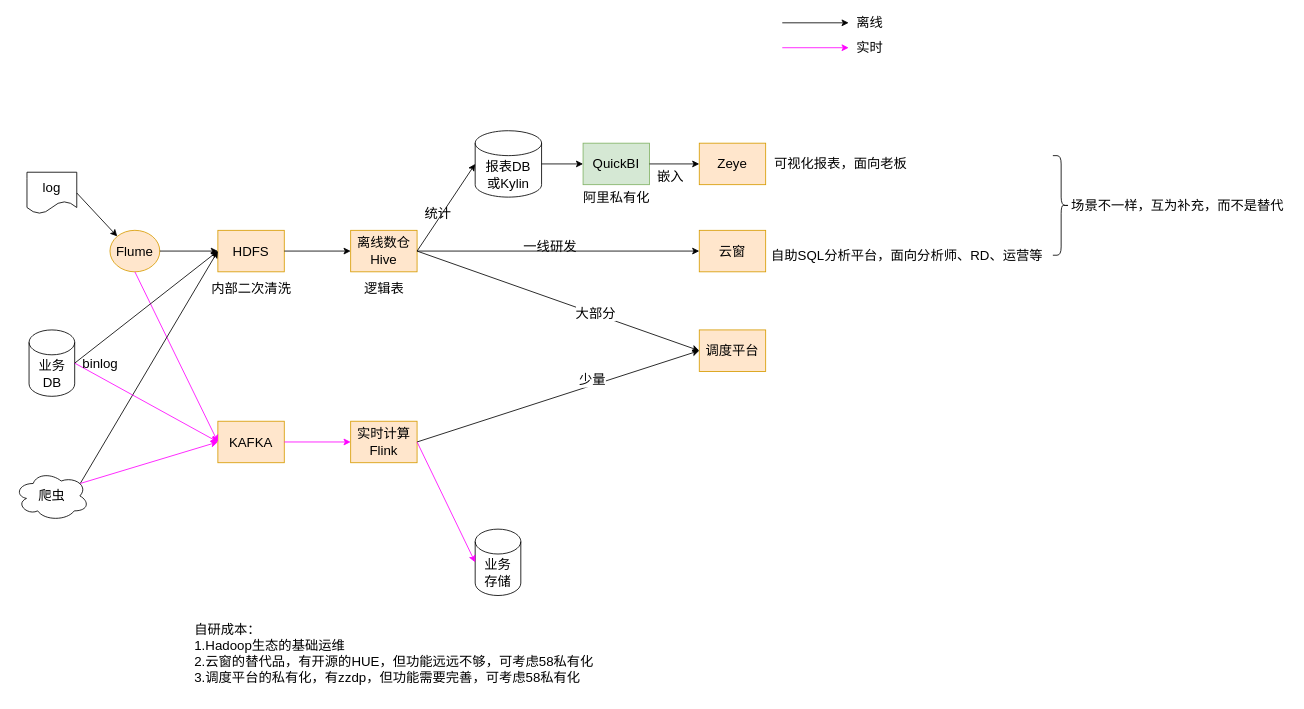
Above: tc/大数据.drawio in zhuanzhuan-tech/arch-draw-io (draw.io), before the change. Source tidied: cells renumbered, new cells numbered last; positions are measured from the earlier drawing's top-left corner, leaving out a move shared by most shapes. Both pictures are drawn from the tidied source at 83%, with x=0, y=0 at pixel (14, 14).
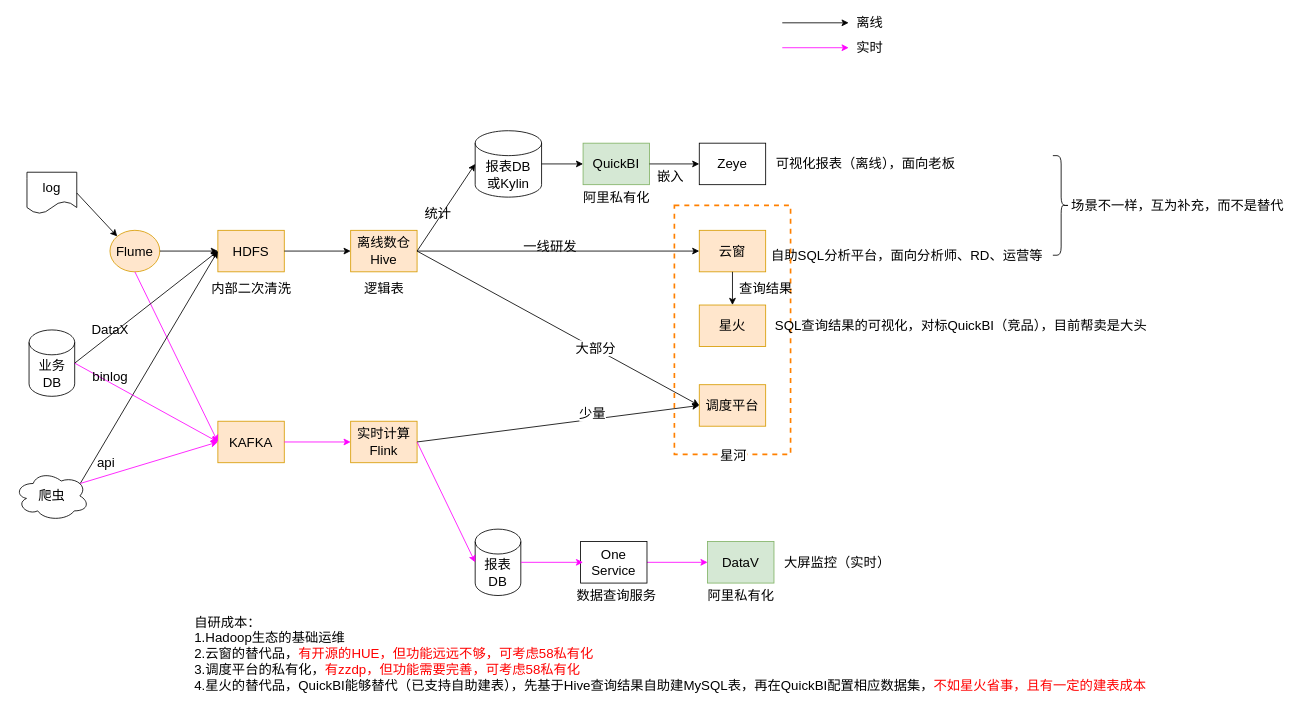
Above is the later version.

Unchanged cells that the change refers to:
```xml
<mxCell id="25" value="云窗" style="rounded=0;whiteSpace=wrap;html=1;fontSize=16;fillColor=#ffe6cc;strokeColor=#d79b00;" parent="1" vertex="1">
  <mxGeometry x="825" y="260" width="80" height="50" as="geometry" />
</mxCell>
```

Diff of the diagram source:
```diff
@@
-    <mxCell id="19" value="Zeye" style="rounded=0;whiteSpace=wrap;html=1;fontSize=16;fillColor=#ffe6cc;strokeColor=#d79b00;" parent="1" vertex="1">
+    <mxCell id="19" value="Zeye" style="rounded=0;whiteSpace=wrap;html=1;fontSize=16;" parent="1" vertex="1">
       <mxGeometry x="825" y="155" width="80" height="50" as="geometry" />
     </mxCell>
@@
     <mxCell id="27" value="调度平台" style="rounded=0;whiteSpace=wrap;html=1;fontSize=16;fillColor=#ffe6cc;strokeColor=#d79b00;" parent="1" vertex="1">
-      <mxGeometry x="825" y="380" width="80" height="50" as="geometry" />
+      <mxGeometry x="825" y="446" width="80" height="50" as="geometry" />
     </mxCell>
@@
-    <mxCell id="33" value="业务&lt;br&gt;存储" style="shape=cylinder3;whiteSpace=wrap;html=1;boundedLbl=1;backgroundOutline=1;size=15;fontSize=16;" parent="1" vertex="1">
+    <mxCell id="33" value="报表DB" style="shape=cylinder3;whiteSpace=wrap;html=1;boundedLbl=1;backgroundOutline=1;size=15;fontSize=16;" parent="1" vertex="1">
       <mxGeometry x="555" y="620" width="55" height="80" as="geometry" />
     </mxCell>
@@
-    <mxCell id="36" value="自研成本：&lt;br&gt;1.Hadoop生态的基础运维&lt;br&gt;2.云窗的替代品，有开源的HUE，但功能远远不够，可考虑58私有化&lt;br&gt;3.调度平台的私有化，有zzdp，但功能需要完善，可考虑58私有化" style="text;html=1;align=left;verticalAlign=middle;strokeColor=none;fillColor=none;fontSize=16;" parent="1" vertex="1">
-      <mxGeometry x="215" y="730" width="500" height="80" as="geometry" />
+    <mxCell id="36" value="自研成本：&lt;br&gt;1.Hadoop生态的基础运维&lt;br&gt;2.云窗的替代品，&lt;font color=&quot;#ff0000&quot;&gt;有开源的HUE，但功能远远不够，可考虑58私有化&lt;/font&gt;&lt;br&gt;3.调度平台的私有化，&lt;font color=&quot;#ff0000&quot;&gt;有zzdp，但功能需要完善，可考虑58私有化&lt;/font&gt;&lt;br&gt;4.星火的替代品，QuickBI能够替代（已支持自助建表），先基于Hive查询结果自助建MySQL表，再在QuickBI配置相应数据集，&lt;font color=&quot;#ff0000&quot;&gt;不如星火省事，且有一定的建表成本&lt;/font&gt;" style="text;html=1;align=left;verticalAlign=middle;strokeColor=none;fillColor=none;fontSize=16;" parent="1" vertex="1">
+      <mxGeometry x="215" y="720" width="1170" height="100" as="geometry" />
     </mxCell>
-    <mxCell id="37" value="可视化报表，面向老板" style="text;html=1;align=center;verticalAlign=middle;strokeColor=none;fillColor=none;fontSize=16;" parent="1" vertex="1">
-      <mxGeometry x="905" y="170" width="180" height="20" as="geometry" />
+    <mxCell id="37" value="可视化报表（离线），面向老板" style="text;html=1;align=center;verticalAlign=middle;strokeColor=none;fillColor=none;fontSize=16;" parent="1" vertex="1">
+      <mxGeometry x="905" y="170" width="240" height="20" as="geometry" />
     </mxCell>
@@
     <mxCell id="44" value="binlog" style="text;html=1;align=center;verticalAlign=middle;strokeColor=none;fillColor=none;fontSize=16;" parent="1" vertex="1">
-      <mxGeometry x="72.5" y="410" width="60" height="20" as="geometry" />
+      <mxGeometry x="85" y="426" width="60" height="20" as="geometry" />
     </mxCell>
@@
+    <mxCell id="50" value="星火" style="rounded=0;whiteSpace=wrap;html=1;fontSize=16;fillColor=#ffe6cc;strokeColor=#d79b00;" parent="1" vertex="1">
+      <mxGeometry x="825" y="350" width="80" height="50" as="geometry" />
+    </mxCell>
+    <mxCell id="51" style="endArrow=classic;html=1;rounded=0;fontSize=16;exitX=0.5;exitY=1;exitDx=0;exitDy=0;entryX=0.5;entryY=0;entryDx=0;entryDy=0;" parent="1" edge="1" source="25" target="50">
+      <mxGeometry relative="1" as="geometry" />
+    </mxCell>
+    <mxCell id="52" style="rounded=0;whiteSpace=wrap;html=1;fillColor=none;dashed=1;strokeWidth=2;strokeColor=#FF8000;" parent="1" vertex="1">
+      <mxGeometry x="795" y="230" width="140" height="300" as="geometry" />
+    </mxCell>
+    <mxCell id="53" value="查询结果" style="text;html=1;align=center;verticalAlign=middle;strokeColor=none;fillColor=none;fontSize=16;" parent="1" vertex="1">
+      <mxGeometry x="865" y="320" width="80" height="20" as="geometry" />
+    </mxCell>
+    <mxCell id="54" value="SQL查询结果的可视化，对标QuickBI（竞品），目前帮卖是大头" style="text;html=1;align=center;verticalAlign=middle;strokeColor=none;fillColor=none;fontSize=16;" parent="1" vertex="1">
+      <mxGeometry x="905" y="365" width="470" height="20" as="geometry" />
+    </mxCell>
+    <mxCell id="55" value="星河" style="edgeLabel;html=1;align=center;verticalAlign=middle;fontSize=16;" parent="1" vertex="1">
+      <mxGeometry x="865" y="530" as="geometry" />
+    </mxCell>
+    <mxCell id="56" value="DataX" style="text;html=1;align=center;verticalAlign=middle;strokeColor=none;fillColor=none;fontSize=16;" parent="1" vertex="1">
+      <mxGeometry x="85" y="370" width="60" height="20" as="geometry" />
+    </mxCell>
+    <mxCell id="57" value="api" style="text;html=1;align=center;verticalAlign=middle;strokeColor=none;fillColor=none;fontSize=16;" parent="1" vertex="1">
+      <mxGeometry x="90" y="530" width="40" height="20" as="geometry" />
+    </mxCell>
+    <mxCell id="58" value="DataV" style="rounded=0;whiteSpace=wrap;html=1;fontSize=16;fillColor=#d5e8d4;strokeColor=#82b366;" parent="1" vertex="1">
+      <mxGeometry x="835" y="635" width="80" height="50" as="geometry" />
+    </mxCell>
+    <mxCell id="59" value="阿里私有化" style="text;html=1;align=center;verticalAlign=middle;strokeColor=none;fillColor=none;fontSize=16;" parent="1" vertex="1">
+      <mxGeometry x="825" y="690" width="100" height="20" as="geometry" />
+    </mxCell>
+    <mxCell id="60" value="大屏监控（实时）" style="text;html=1;align=center;verticalAlign=middle;strokeColor=none;fillColor=none;fontSize=16;" parent="1" vertex="1">
+      <mxGeometry x="921" y="650" width="140" height="20" as="geometry" />
+    </mxCell>
+    <mxCell id="61" style="endArrow=classic;html=1;rounded=0;fontSize=16;exitX=1;exitY=0.5;exitDx=0;exitDy=0;entryX=0;entryY=0.5;entryDx=0;entryDy=0;strokeColor=#FF00FF;exitPerimeter=0;startArrow=none;" parent="1" edge="1" source="62" target="58">
+      <mxGeometry relative="1" as="geometry" />
+    </mxCell>
+    <mxCell id="62" value="One Service" style="rounded=0;whiteSpace=wrap;html=1;fontSize=16;" parent="1" vertex="1">
+      <mxGeometry x="682" y="635" width="80" height="50" as="geometry" />
+    </mxCell>
+    <mxCell id="63" value="数据查询服务" style="text;html=1;align=center;verticalAlign=middle;strokeColor=none;fillColor=none;fontSize=16;" parent="1" vertex="1">
+      <mxGeometry x="670" y="690" width="110" height="20" as="geometry" />
+    </mxCell>
+    <mxCell id="64" style="endArrow=classic;html=1;rounded=0;fontSize=16;exitX=1;exitY=0.5;exitDx=0;exitDy=0;strokeColor=#FF00FF;exitPerimeter=0;startArrow=none;" parent="1" edge="1" source="33">
+      <mxGeometry relative="1" as="geometry">
+        <mxPoint x="685" y="660" as="targetPoint" />
+      </mxGeometry>
+    </mxCell>
```
